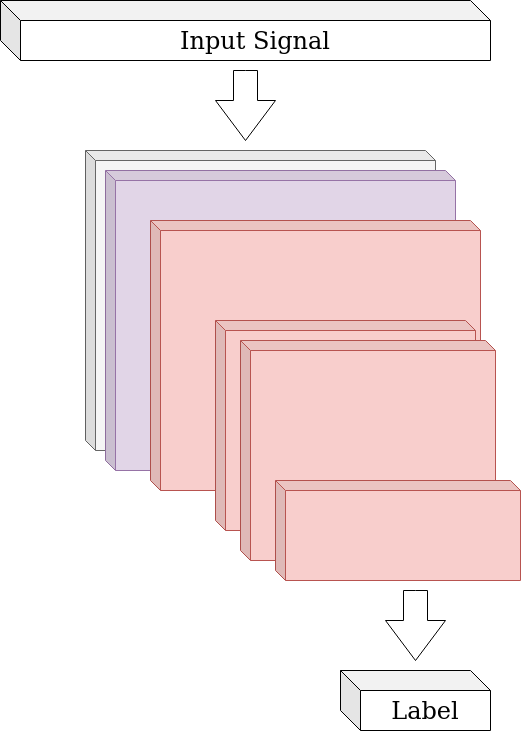
This is imgs/model_layers/LSTM_layers.drawio.png from gentry-atkinson/model_test, a draw.io export, as it was before one commit. Source tidied: cells renumbered, new cells last; positions are measured from the earlier drawing's top-left corner, leaving out a move shared by most shapes. Its diagram source:
```xml
<mxGraphModel>
  <root>
    <mxCell id="0" />
    <mxCell id="1" parent="0" />
    <mxCell id="2" style="shape=cube;whiteSpace=wrap;html=1;boundedLbl=1;backgroundOutline=1;darkOpacity=0.05;darkOpacity2=0.1;size=10;fillColor=#f5f5f5;strokeColor=#666666;fontColor=#333333;" parent="1" vertex="1">
      <mxGeometry x="85" y="150" width="350" height="300" as="geometry" />
    </mxCell>
    <mxCell id="3" value="&lt;font style=&quot;font-size: 24px&quot; face=&quot;Lucida Console&quot;&gt;Input Signal&lt;/font&gt;" style="shape=cube;whiteSpace=wrap;html=1;boundedLbl=1;backgroundOutline=1;darkOpacity=0.05;darkOpacity2=0.1;fontColor=default;strokeColor=default;fillColor=default;size=20;" parent="1" vertex="1">
      <mxGeometry width="490" height="60" as="geometry" />
    </mxCell>
    <mxCell id="4" style="shape=cube;whiteSpace=wrap;html=1;boundedLbl=1;backgroundOutline=1;darkOpacity=0.05;darkOpacity2=0.1;size=10;fillColor=#e1d5e7;strokeColor=#9673a6;fontColor=default;" parent="1" vertex="1">
      <mxGeometry x="105" y="170" width="350" height="300" as="geometry" />
    </mxCell>
    <mxCell id="5" style="html=1;shadow=0;dashed=0;align=center;verticalAlign=middle;shape=mxgraph.arrows2.arrow;dy=0.6;dx=40;direction=south;notch=0;fontColor=default;strokeColor=default;fillColor=default;" parent="1" vertex="1">
      <mxGeometry x="215" y="70" width="60" height="70" as="geometry" />
    </mxCell>
    <mxCell id="6" style="shape=cube;whiteSpace=wrap;html=1;boundedLbl=1;backgroundOutline=1;darkOpacity=0.05;darkOpacity2=0.1;size=10;fillColor=#f8cecc;strokeColor=#b85450;fontColor=default;" parent="1" vertex="1">
      <mxGeometry x="150" y="220" width="330" height="270" as="geometry" />
    </mxCell>
    <mxCell id="7" style="shape=cube;whiteSpace=wrap;html=1;boundedLbl=1;backgroundOutline=1;darkOpacity=0.05;darkOpacity2=0.1;size=10;fillColor=#f8cecc;strokeColor=#b85450;fontColor=default;" parent="1" vertex="1">
      <mxGeometry x="215" y="320" width="260" height="210" as="geometry" />
    </mxCell>
    <mxCell id="8" style="shape=cube;whiteSpace=wrap;html=1;boundedLbl=1;backgroundOutline=1;darkOpacity=0.05;darkOpacity2=0.1;size=10;fillColor=#f8cecc;strokeColor=#b85450;fontColor=default;" parent="1" vertex="1">
      <mxGeometry x="240" y="340" width="255" height="220" as="geometry" />
    </mxCell>
    <mxCell id="9" value="&lt;font style=&quot;font-size: 24px&quot; face=&quot;Lucida Console&quot;&gt;Label&lt;br&gt;&lt;/font&gt;" style="shape=cube;whiteSpace=wrap;html=1;boundedLbl=1;backgroundOutline=1;darkOpacity=0.05;darkOpacity2=0.1;fontColor=default;strokeColor=default;fillColor=default;size=20;" parent="1" vertex="1">
      <mxGeometry x="340" y="670" width="150" height="60" as="geometry" />
    </mxCell>
    <mxCell id="10" style="shape=cube;whiteSpace=wrap;html=1;boundedLbl=1;backgroundOutline=1;darkOpacity=0.05;darkOpacity2=0.1;size=10;fillColor=#f8cecc;strokeColor=#b85450;fontColor=default;" parent="1" vertex="1">
      <mxGeometry x="275" y="480" width="245" height="100" as="geometry" />
    </mxCell>
    <mxCell id="11" style="html=1;shadow=0;dashed=0;align=center;verticalAlign=middle;shape=mxgraph.arrows2.arrow;dy=0.6;dx=40;direction=south;notch=0;fontColor=default;strokeColor=default;fillColor=default;" parent="1" vertex="1">
      <mxGeometry x="385" y="590" width="60" height="70" as="geometry" />
    </mxCell>
  </root>
</mxGraphModel>
```
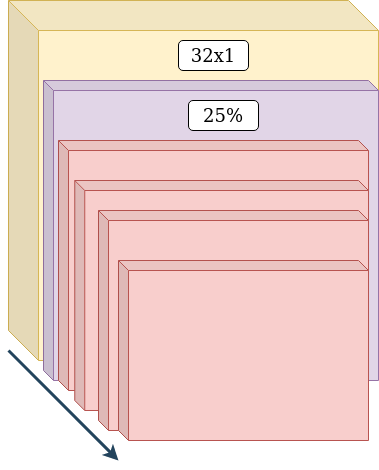
Later version of the same file.

Change to the diagram source:
```diff
@@ -2,35 +2,35 @@
   <root>
     <mxCell id="0" />
     <mxCell id="1" parent="0" />
-    <mxCell id="2" style="shape=cube;whiteSpace=wrap;html=1;boundedLbl=1;backgroundOutline=1;darkOpacity=0.05;darkOpacity2=0.1;size=10;fillColor=#f5f5f5;strokeColor=#666666;fontColor=#333333;" parent="1" vertex="1">
-      <mxGeometry x="85" y="150" width="350" height="300" as="geometry" />
+    <mxCell id="2" style="shape=cube;whiteSpace=wrap;html=1;boundedLbl=1;backgroundOutline=1;darkOpacity=0.05;darkOpacity2=0.1;size=30;fillColor=#fff2cc;strokeColor=#d6b656;fontColor=default;" parent="1" vertex="1">
+      <mxGeometry x="60" y="90" width="370" height="360" as="geometry" />
     </mxCell>
-    <mxCell id="3" value="&lt;font style=&quot;font-size: 24px&quot; face=&quot;Lucida Console&quot;&gt;Input Signal&lt;/font&gt;" style="shape=cube;whiteSpace=wrap;html=1;boundedLbl=1;backgroundOutline=1;darkOpacity=0.05;darkOpacity2=0.1;fontColor=default;strokeColor=default;fillColor=default;size=20;" parent="1" vertex="1">
-      <mxGeometry width="490" height="60" as="geometry" />
-    </mxCell>
     <mxCell id="4" style="shape=cube;whiteSpace=wrap;html=1;boundedLbl=1;backgroundOutline=1;darkOpacity=0.05;darkOpacity2=0.1;size=10;fillColor=#e1d5e7;strokeColor=#9673a6;fontColor=default;" parent="1" vertex="1">
-      <mxGeometry x="105" y="170" width="350" height="300" as="geometry" />
+      <mxGeometry x="95" y="170" width="335" height="300" as="geometry" />
     </mxCell>
-    <mxCell id="5" style="html=1;shadow=0;dashed=0;align=center;verticalAlign=middle;shape=mxgraph.arrows2.arrow;dy=0.6;dx=40;direction=south;notch=0;fontColor=default;strokeColor=default;fillColor=default;" parent="1" vertex="1">
-      <mxGeometry x="215" y="70" width="60" height="70" as="geometry" />
-    </mxCell>
     <mxCell id="6" style="shape=cube;whiteSpace=wrap;html=1;boundedLbl=1;backgroundOutline=1;darkOpacity=0.05;darkOpacity2=0.1;size=10;fillColor=#f8cecc;strokeColor=#b85450;fontColor=default;" parent="1" vertex="1">
-      <mxGeometry x="150" y="220" width="330" height="270" as="geometry" />
+      <mxGeometry x="110" y="230" width="310" height="250" as="geometry" />
     </mxCell>
     <mxCell id="7" style="shape=cube;whiteSpace=wrap;html=1;boundedLbl=1;backgroundOutline=1;darkOpacity=0.05;darkOpacity2=0.1;size=10;fillColor=#f8cecc;strokeColor=#b85450;fontColor=default;" parent="1" vertex="1">
-      <mxGeometry x="215" y="320" width="260" height="210" as="geometry" />
+      <mxGeometry x="126.2" y="270" width="293.8" height="230" as="geometry" />
     </mxCell>
     <mxCell id="8" style="shape=cube;whiteSpace=wrap;html=1;boundedLbl=1;backgroundOutline=1;darkOpacity=0.05;darkOpacity2=0.1;size=10;fillColor=#f8cecc;strokeColor=#b85450;fontColor=default;" parent="1" vertex="1">
-      <mxGeometry x="240" y="340" width="255" height="220" as="geometry" />
+      <mxGeometry x="150" y="300" width="270" height="220" as="geometry" />
     </mxCell>
-    <mxCell id="9" value="&lt;font style=&quot;font-size: 24px&quot; face=&quot;Lucida Console&quot;&gt;Label&lt;br&gt;&lt;/font&gt;" style="shape=cube;whiteSpace=wrap;html=1;boundedLbl=1;backgroundOutline=1;darkOpacity=0.05;darkOpacity2=0.1;fontColor=default;strokeColor=default;fillColor=default;size=20;" parent="1" vertex="1">
-      <mxGeometry x="340" y="670" width="150" height="60" as="geometry" />
-    </mxCell>
     <mxCell id="10" style="shape=cube;whiteSpace=wrap;html=1;boundedLbl=1;backgroundOutline=1;darkOpacity=0.05;darkOpacity2=0.1;size=10;fillColor=#f8cecc;strokeColor=#b85450;fontColor=default;" parent="1" vertex="1">
-      <mxGeometry x="275" y="480" width="245" height="100" as="geometry" />
+      <mxGeometry x="170" y="350" width="250" height="180" as="geometry" />
     </mxCell>
-    <mxCell id="11" style="html=1;shadow=0;dashed=0;align=center;verticalAlign=middle;shape=mxgraph.arrows2.arrow;dy=0.6;dx=40;direction=south;notch=0;fontColor=default;strokeColor=default;fillColor=default;" parent="1" vertex="1">
-      <mxGeometry x="385" y="590" width="60" height="70" as="geometry" />
-    </mxCell>
+    <mxCell id="12" value="25%" style="rounded=1;whiteSpace=wrap;html=1;fontFamily=Lucida Console;fontSize=18;fontColor=default;strokeColor=default;fillColor=default;" parent="1" vertex="1">
+      <mxGeometry x="240" y="190" width="70" height="30" as="geometry" />
+    </mxCell>
+    <mxCell id="13" style="endArrow=classic;html=1;rounded=0;fontFamily=Lucida Console;fontSize=14;fontColor=default;strokeColor=#23445d;labelBackgroundColor=default;strokeWidth=3;fillColor=#bac8d3;startArrow=none;" parent="1" edge="1">
+      <mxGeometry relative="1" as="geometry">
+        <mxPoint x="60" y="440" as="sourcePoint" />
+        <mxPoint x="170" y="550" as="targetPoint" />
+      </mxGeometry>
+    </mxCell>
+    <mxCell id="14" value="32x1" style="rounded=1;whiteSpace=wrap;html=1;fontFamily=Lucida Console;fontSize=18;fontColor=default;strokeColor=default;fillColor=default;" parent="1" vertex="1">
+      <mxGeometry x="230" y="130" width="70" height="30" as="geometry" />
+    </mxCell>
   </root>
 </mxGraphModel>
```
